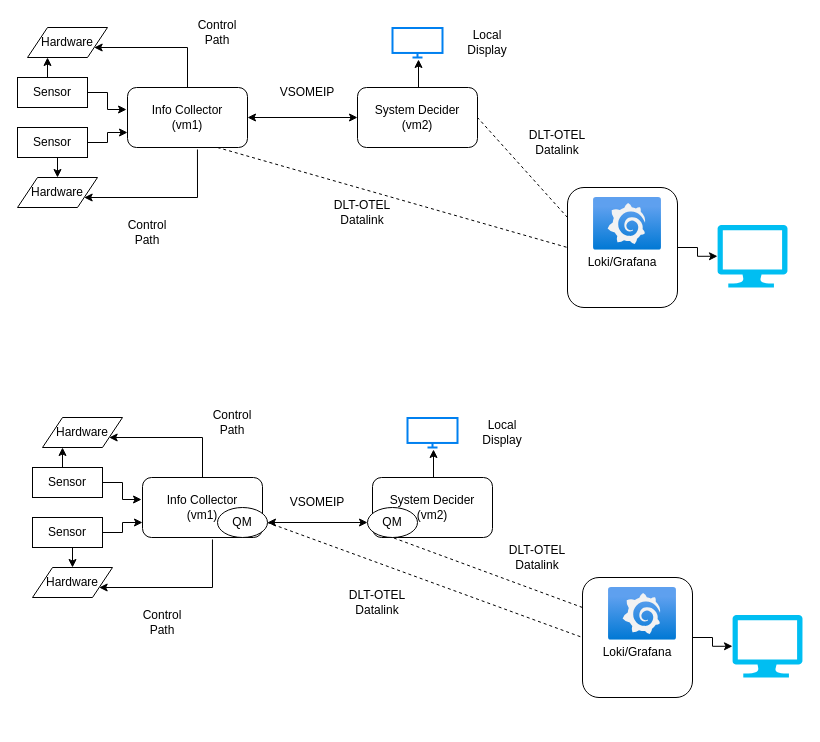
This is vsomeip-demo.drawio from smooge/draw-io-items, a draw.io file, before an edit. Source tidied: cells renumbered, new cells numbered last; positions are measured from the earlier drawing's top-left corner, leaving out a move shared by most shapes. Both pictures are drawn from the tidied source at 100%, with x=0, y=0 at pixel (17, 17).
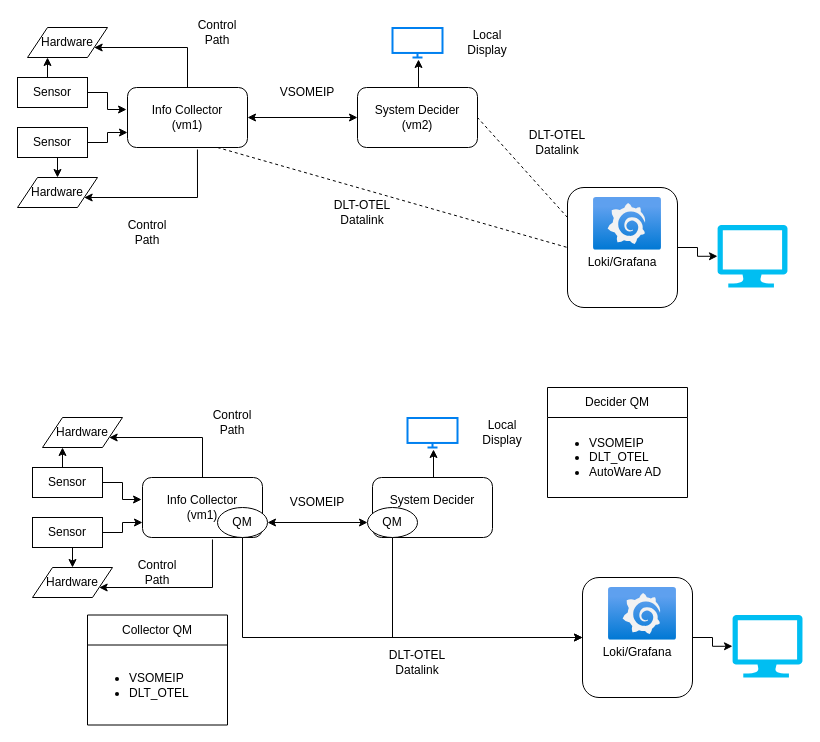
The same diagram, later.

The change refers to these unchanged cells:
```xml
<mxCell id="47" value="&lt;div&gt;&lt;br&gt;&lt;/div&gt;&lt;div&gt;&lt;br&gt;&lt;/div&gt;&lt;div&gt;Loki/Grafana&lt;/div&gt;" style="rounded=1;whiteSpace=wrap;html=1;" parent="1" vertex="1">
  <mxGeometry x="565" y="560" width="110" height="120" as="geometry" />
</mxCell>
<mxCell id="55" value="QM" style="ellipse;whiteSpace=wrap;html=1;" parent="1" vertex="1">
  <mxGeometry x="200" y="490" width="50" height="30" as="geometry" />
</mxCell>
<mxCell id="56" value="QM" style="ellipse;whiteSpace=wrap;html=1;" parent="1" vertex="1">
  <mxGeometry x="350" y="490" width="50" height="30" as="geometry" />
</mxCell>
```

Diff of the diagram source:
```diff
@@
-    <mxCell id="36" value="System Decider&lt;div&gt;(vm2)&lt;/div&gt;" style="rounded=1;whiteSpace=wrap;html=1;" parent="1" vertex="1">
+    <mxCell id="36" value="System Decider&lt;div&gt;&lt;br&gt;&lt;/div&gt;" style="rounded=1;whiteSpace=wrap;html=1;" parent="1" vertex="1">
       <mxGeometry x="355" y="460" width="120" height="60" as="geometry" />
     </mxCell>
@@
     <mxCell id="43" value="Control&lt;div&gt;Path&lt;/div&gt;" style="text;html=1;align=center;verticalAlign=middle;whiteSpace=wrap;rounded=0;" parent="1" vertex="1">
-      <mxGeometry x="115" y="590" width="60" height="30" as="geometry" />
+      <mxGeometry x="110" y="540" width="60" height="30" as="geometry" />
     </mxCell>
@@
-    <mxCell id="48" style="endArrow=none;dashed=1;html=1;rounded=0;exitX=1;exitY=0.5;exitDx=0;exitDy=0;entryX=0;entryY=0.5;entryDx=0;entryDy=0;" parent="1" edge="1" source="55" target="47">
-      <mxGeometry relative="1" as="geometry" />
-    </mxCell>
-    <mxCell id="49" style="endArrow=none;dashed=1;html=1;rounded=0;entryX=0.5;entryY=1;entryDx=0;entryDy=0;exitX=0;exitY=0.25;exitDx=0;exitDy=0;" parent="1" edge="1" source="47" target="56">
-      <mxGeometry relative="1" as="geometry" />
-    </mxCell>
-    <mxCell id="50" value="DLT-OTEL&lt;div&gt;Datalink&lt;/div&gt;" style="text;html=1;align=center;verticalAlign=middle;whiteSpace=wrap;rounded=0;" parent="1" vertex="1">
-      <mxGeometry x="490" y="525" width="60" height="30" as="geometry" />
-    </mxCell>
     <mxCell id="51" value="DLT-OTEL&lt;div&gt;Datalink&lt;/div&gt;" style="text;html=1;align=center;verticalAlign=middle;whiteSpace=wrap;rounded=0;" parent="1" vertex="1">
-      <mxGeometry x="330" y="570" width="60" height="30" as="geometry" />
+      <mxGeometry x="370" y="630" width="60" height="30" as="geometry" />
     </mxCell>
@@
+    <mxCell id="48" style="edgeStyle=orthogonalEdgeStyle;rounded=0;jettySize=auto;html=1;exitX=0.5;exitY=1;exitDx=0;exitDy=0;entryX=0;entryY=0.5;entryDx=0;entryDy=0;" parent="1" edge="1" source="55" target="47">
+      <mxGeometry relative="1" as="geometry" />
+    </mxCell>
@@
+    <mxCell id="58" style="edgeStyle=orthogonalEdgeStyle;rounded=0;jettySize=auto;html=1;exitX=0.5;exitY=1;exitDx=0;exitDy=0;entryX=0;entryY=0.5;entryDx=0;entryDy=0;" parent="1" edge="1" source="56" target="47">
+      <mxGeometry relative="1" as="geometry" />
+    </mxCell>
@@
+    <mxCell id="59" value="Decider QM" style="swimlane;fontStyle=0;horizontal=1;startSize=30;whiteSpace=wrap;html=1;" parent="1" vertex="1">
+      <mxGeometry x="530" y="370" width="140" height="110" as="geometry" />
+    </mxCell>
+    <mxCell id="60" value="&lt;ul&gt;&lt;li&gt;VSOMEIP&lt;/li&gt;&lt;li&gt;DLT_OTEL&lt;/li&gt;&lt;li&gt;AutoWare AD&lt;/li&gt;&lt;/ul&gt;" style="text;strokeColor=none;fillColor=none;html=1;whiteSpace=wrap;verticalAlign=middle;overflow=hidden;" parent="59" vertex="1">
+      <mxGeometry y="30" width="140" height="80" as="geometry" />
+    </mxCell>
+    <mxCell id="61" value="Collector QM" style="swimlane;fontStyle=0;horizontal=1;startSize=30;whiteSpace=wrap;html=1;" parent="1" vertex="1">
+      <mxGeometry x="70" y="597.5" width="140" height="110" as="geometry" />
+    </mxCell>
+    <mxCell id="62" value="&lt;ul&gt;&lt;li&gt;VSOMEIP&lt;/li&gt;&lt;li&gt;DLT_OTEL&lt;/li&gt;&lt;/ul&gt;" style="text;strokeColor=none;fillColor=none;html=1;whiteSpace=wrap;verticalAlign=middle;overflow=hidden;" parent="61" vertex="1">
+      <mxGeometry y="30" width="140" height="80" as="geometry" />
+    </mxCell>
```
